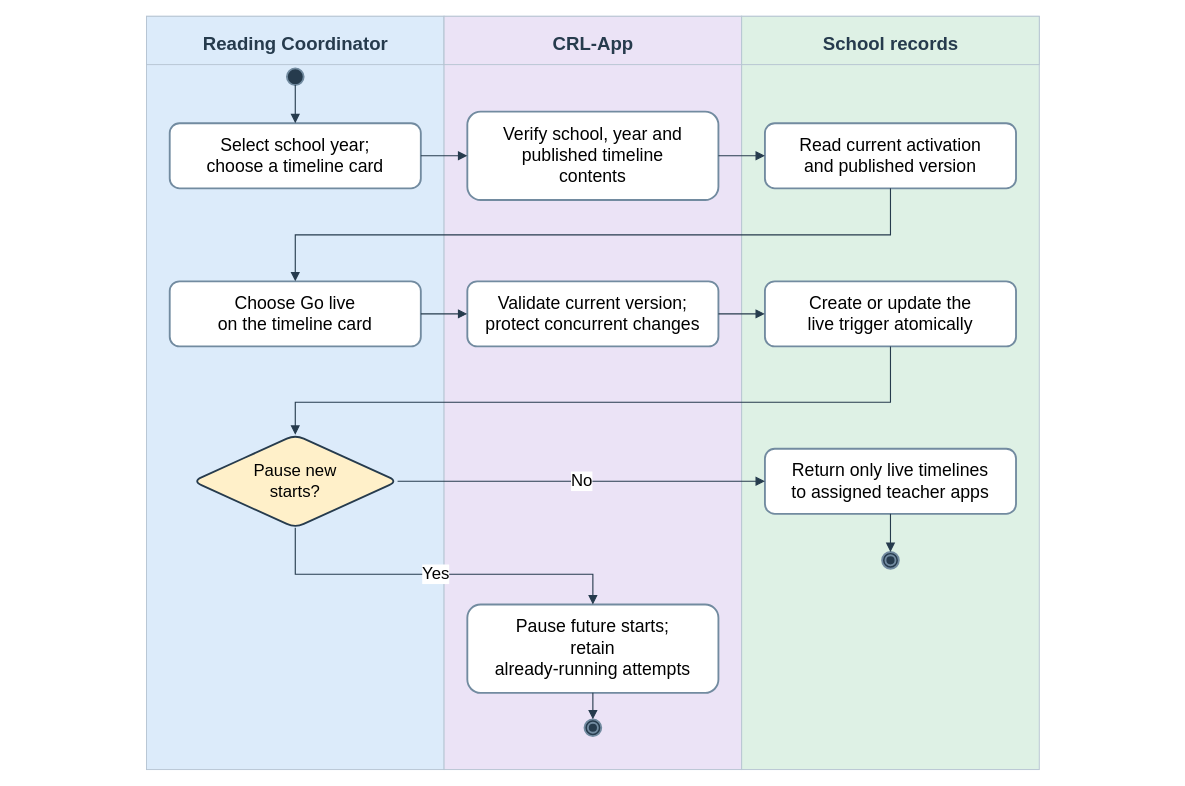
AkuSayangKamuJudaSayang/crl-app keeps this draw.io diagram as docs/diagrams/class-workspaces/figure-15c-assessment-activation.drawio. Above is the earlier version. Source tidied: cells renumbered, new cells numbered last; positions are measured from the earlier drawing's top-left corner, leaving out a move shared by most shapes. Both pictures are drawn from the tidied source at 93%, with x=0, y=0 at pixel (16, 16).
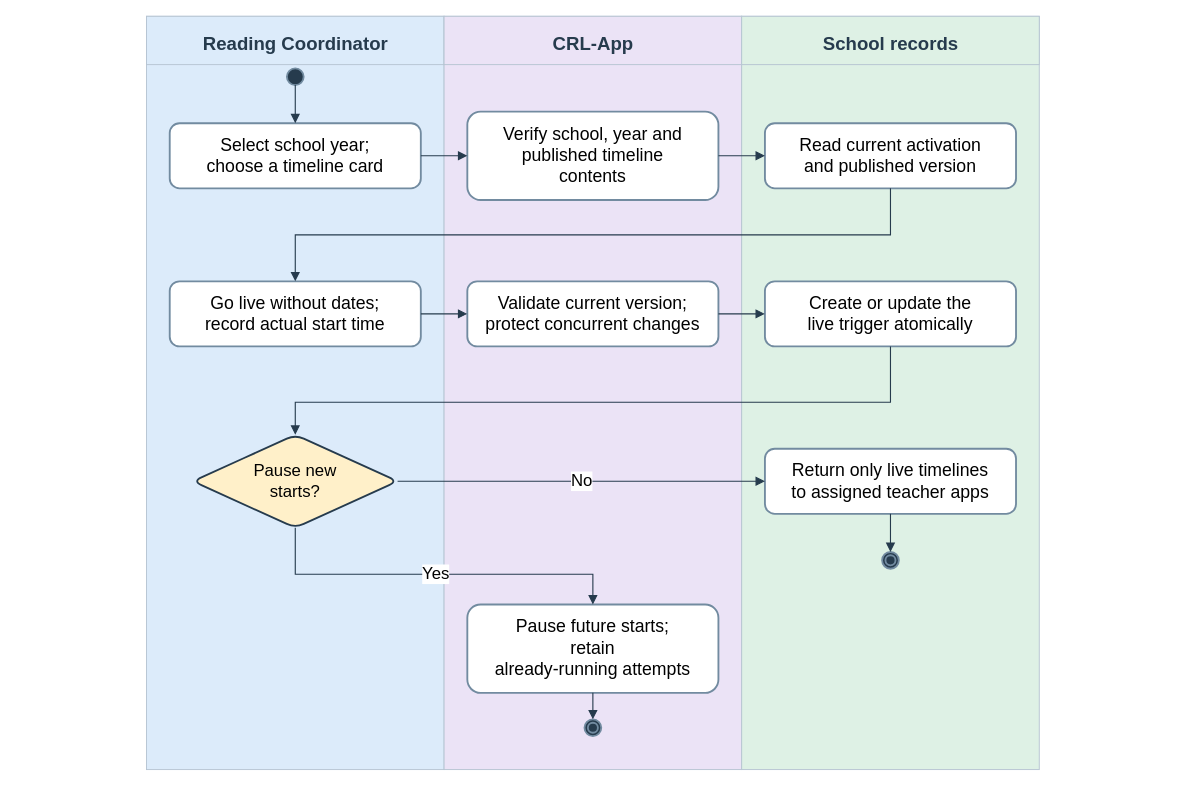
After the change.

Diff of the diagram source:
```diff
@@
-    <mxCell id="15" value="Choose Go live&lt;br&gt;on the timeline card" style="rounded=1;whiteSpace=wrap;html=1;fontFamily=Arial;fillColor=#ffffff;strokeColor=#728ba0;strokeWidth=2;fontSize=19;" parent="1" vertex="1">
+    <mxCell id="15" value="Go live without dates;&lt;br&gt;record actual start time" style="rounded=1;whiteSpace=wrap;html=1;fontFamily=Arial;fillColor=#ffffff;strokeColor=#728ba0;strokeWidth=2;fontSize=19;" parent="1" vertex="1">
       <mxGeometry x="165" y="285" width="270" height="70" as="geometry" />
     </mxCell>
```
